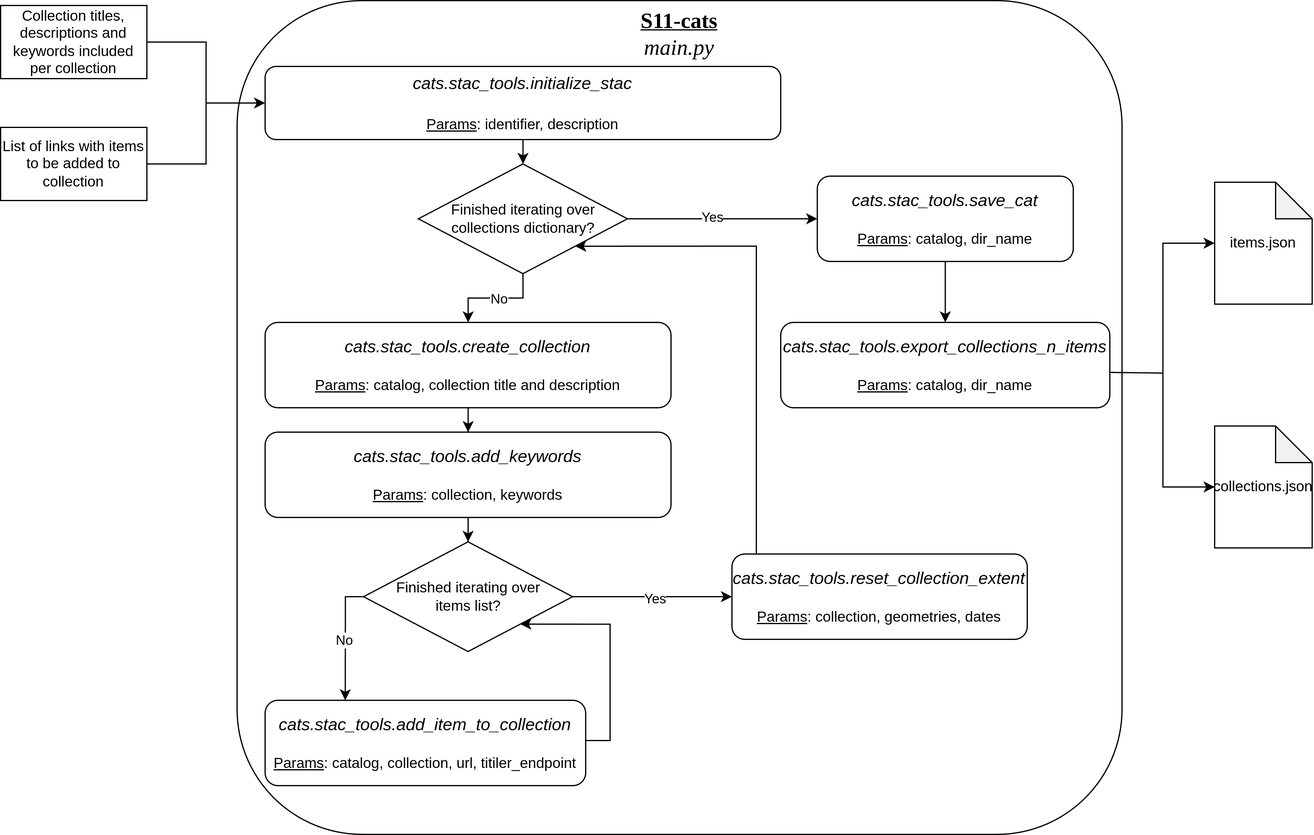
mdominguezd/s11_cats_report.github.io keeps this draw.io diagram as img/s11-cats.png. Above is the earlier version. Source tidied: cells renumbered, new cells last; positions are measured from the earlier drawing's top-left corner, leaving out a move shared by most shapes.
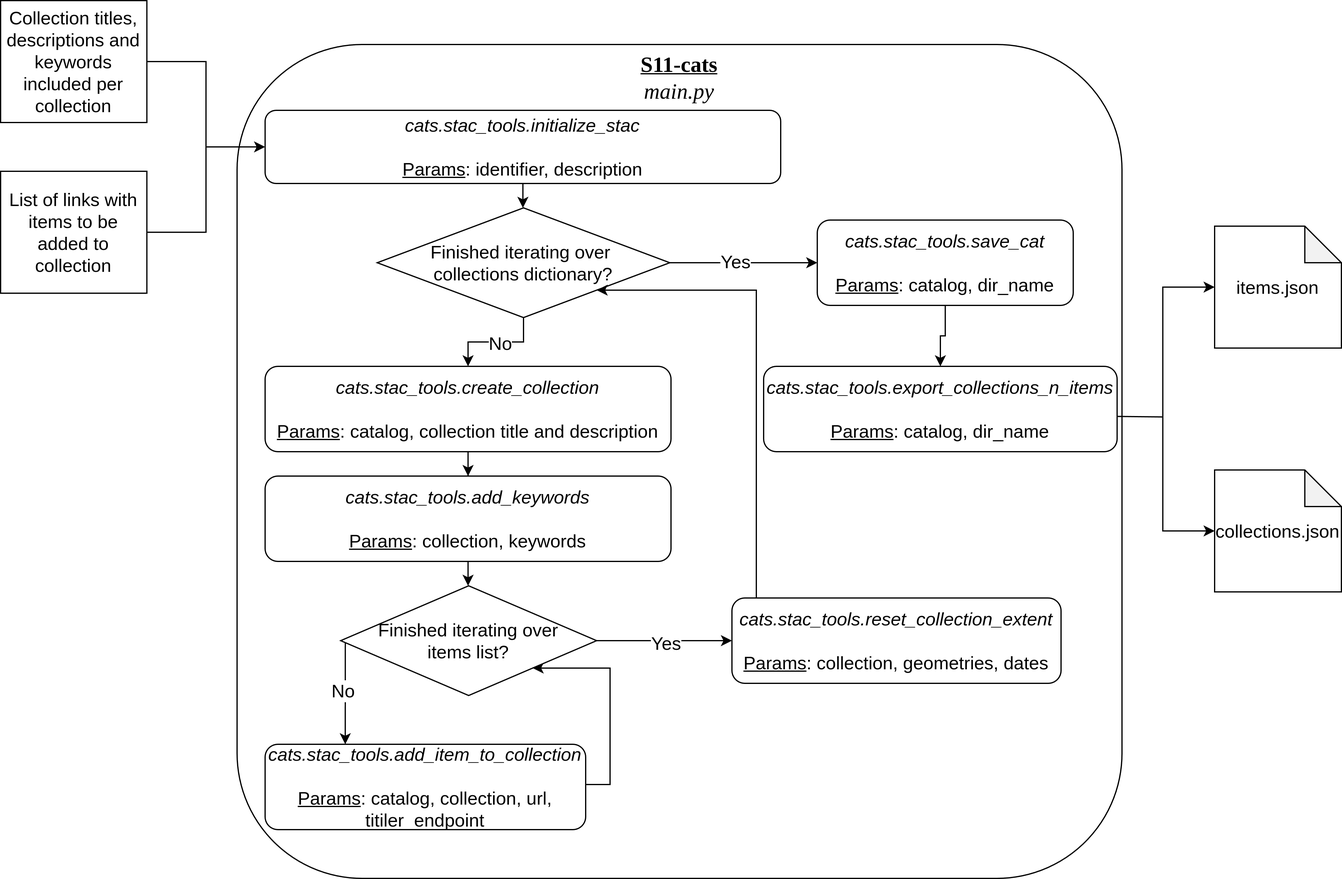
Above is the later version.

What changed in the source:
```diff
@@ -2,56 +2,56 @@
   <root>
     <mxCell id="0" />
     <mxCell id="1" parent="0" />
-    <mxCell id="2" value="&lt;u&gt;S11-cats&lt;/u&gt;&lt;div&gt;&lt;span style=&quot;font-weight: normal;&quot;&gt;&lt;i&gt;main.py&lt;/i&gt;&lt;/span&gt;&lt;/div&gt;" style="rounded=1;whiteSpace=wrap;html=1;verticalAlign=top;fontFamily=Lucida Console;fontSize=18;fontStyle=1;" parent="1" vertex="1">
+    <mxCell id="2" value="&lt;u style=&quot;font-size: 18px;&quot;&gt;&lt;font style=&quot;font-size: 18px;&quot;&gt;S11-cats&lt;/font&gt;&lt;/u&gt;&lt;div style=&quot;font-size: 18px;&quot;&gt;&lt;span style=&quot;font-weight: normal;&quot;&gt;&lt;i style=&quot;&quot;&gt;&lt;font style=&quot;font-size: 18px;&quot;&gt;main.py&lt;/font&gt;&lt;/i&gt;&lt;/span&gt;&lt;/div&gt;" style="rounded=1;whiteSpace=wrap;html=1;verticalAlign=top;fontFamily=Lucida Console;fontSize=15;fontStyle=1;" parent="1" vertex="1">
       <mxGeometry x="194" width="726" height="684" as="geometry" />
     </mxCell>
-    <mxCell id="3" style="edgeStyle=orthogonalEdgeStyle;rounded=0;jettySize=auto;html=1;entryX=0;entryY=0.5;entryDx=0;entryDy=0;strokeColor=#000000;" parent="1" edge="1" source="4" target="12">
+    <mxCell id="3" style="edgeStyle=orthogonalEdgeStyle;rounded=0;jettySize=auto;html=1;entryX=0;entryY=0.5;entryDx=0;entryDy=0;strokeColor=#000000;fontSize=15;" parent="1" edge="1" source="4" target="12">
       <mxGeometry relative="1" as="geometry" />
     </mxCell>
-    <mxCell id="4" value="Collection titles, descriptions and keywords included per collection" style="rounded=0;whiteSpace=wrap;html=1;" parent="1" vertex="1">
-      <mxGeometry y="4" width="120" height="60" as="geometry" />
+    <mxCell id="4" value="Collection titles, descriptions and keywords included per collection" style="rounded=0;whiteSpace=wrap;html=1;fontSize=15;" parent="1" vertex="1">
+      <mxGeometry y="-36" width="120" height="100" as="geometry" />
     </mxCell>
-    <mxCell id="5" style="edgeStyle=orthogonalEdgeStyle;rounded=0;jettySize=auto;html=1;entryX=0;entryY=0.5;entryDx=0;entryDy=0;strokeColor=#000000;" parent="1" edge="1" source="6" target="12">
+    <mxCell id="5" style="edgeStyle=orthogonalEdgeStyle;rounded=0;jettySize=auto;html=1;entryX=0;entryY=0.5;entryDx=0;entryDy=0;strokeColor=#000000;fontSize=15;" parent="1" edge="1" source="6" target="12">
       <mxGeometry relative="1" as="geometry" />
     </mxCell>
-    <mxCell id="6" value="List of links with items to be added to collection" style="rounded=0;whiteSpace=wrap;html=1;" parent="1" vertex="1">
-      <mxGeometry y="104" width="120" height="60" as="geometry" />
+    <mxCell id="6" value="List of links with items to be added to collection" style="rounded=0;whiteSpace=wrap;html=1;fontSize=15;" parent="1" vertex="1">
+      <mxGeometry y="104" width="120" height="100" as="geometry" />
     </mxCell>
-    <mxCell id="7" value="items.json" style="shape=note;whiteSpace=wrap;html=1;backgroundOutline=1;darkOpacity=0.05;" parent="1" vertex="1">
-      <mxGeometry x="996" y="149" width="80" height="100" as="geometry" />
+    <mxCell id="7" value="items.json" style="shape=note;whiteSpace=wrap;html=1;backgroundOutline=1;darkOpacity=0.05;fontSize=15;" parent="1" vertex="1">
+      <mxGeometry x="996" y="149" width="104" height="100" as="geometry" />
     </mxCell>
-    <mxCell id="8" value="collections.json" style="shape=note;whiteSpace=wrap;html=1;backgroundOutline=1;darkOpacity=0.05;" parent="1" vertex="1">
-      <mxGeometry x="996" y="349" width="80" height="100" as="geometry" />
+    <mxCell id="8" value="collections.json" style="shape=note;whiteSpace=wrap;html=1;backgroundOutline=1;darkOpacity=0.05;fontSize=15;" parent="1" vertex="1">
+      <mxGeometry x="996" y="349" width="104" height="100" as="geometry" />
     </mxCell>
-    <mxCell id="9" style="edgeStyle=orthogonalEdgeStyle;rounded=0;jettySize=auto;html=1;entryX=0;entryY=0.5;entryDx=0;entryDy=0;entryPerimeter=0;strokeColor=#000000;" parent="1" edge="1" target="8">
+    <mxCell id="9" style="edgeStyle=orthogonalEdgeStyle;rounded=0;jettySize=auto;html=1;entryX=0;entryY=0.5;entryDx=0;entryDy=0;entryPerimeter=0;strokeColor=#000000;fontSize=15;" parent="1" edge="1" target="8">
       <mxGeometry relative="1" as="geometry">
         <mxPoint x="910" y="305" as="sourcePoint" />
       </mxGeometry>
     </mxCell>
-    <mxCell id="10" style="edgeStyle=orthogonalEdgeStyle;rounded=0;jettySize=auto;html=1;entryX=0;entryY=0.5;entryDx=0;entryDy=0;entryPerimeter=0;strokeColor=#000000;" parent="1" edge="1" target="7">
+    <mxCell id="10" style="edgeStyle=orthogonalEdgeStyle;rounded=0;jettySize=auto;html=1;entryX=0;entryY=0.5;entryDx=0;entryDy=0;entryPerimeter=0;strokeColor=#000000;fontSize=15;" parent="1" edge="1" target="7">
       <mxGeometry relative="1" as="geometry">
         <mxPoint x="910" y="305" as="sourcePoint" />
       </mxGeometry>
     </mxCell>
-    <mxCell id="11" style="edgeStyle=orthogonalEdgeStyle;rounded=0;jettySize=auto;html=1;" parent="1" edge="1" source="12" target="23">
+    <mxCell id="11" style="edgeStyle=orthogonalEdgeStyle;rounded=0;jettySize=auto;html=1;fontSize=15;" parent="1" edge="1" source="12" target="23">
       <mxGeometry relative="1" as="geometry" />
     </mxCell>
-    <mxCell id="12" value="&lt;i&gt;&lt;font style=&quot;font-size: 14px;&quot;&gt;cats.stac_tools.initialize_stac&lt;/font&gt;&lt;/i&gt;&lt;div&gt;&lt;i&gt;&lt;font style=&quot;font-size: 14px;&quot;&gt;&lt;br&gt;&lt;/font&gt;&lt;/i&gt;&lt;/div&gt;&lt;div&gt;&lt;span style=&quot;font-size: 13px;&quot;&gt;&lt;font style=&quot;font-size: 12px;&quot;&gt;&lt;u&gt;Params&lt;/u&gt;: identifier, description&lt;/font&gt;&lt;/span&gt;&lt;/div&gt;" style="rounded=1;whiteSpace=wrap;html=1;" parent="1" vertex="1">
+    <mxCell id="12" value="&lt;i style=&quot;font-size: 15px;&quot;&gt;&lt;font style=&quot;font-size: 15px;&quot;&gt;cats.stac_tools.initialize_stac&lt;/font&gt;&lt;/i&gt;&lt;div style=&quot;font-size: 15px;&quot;&gt;&lt;i style=&quot;font-size: 15px;&quot;&gt;&lt;font style=&quot;font-size: 15px;&quot;&gt;&lt;br style=&quot;font-size: 15px;&quot;&gt;&lt;/font&gt;&lt;/i&gt;&lt;/div&gt;&lt;div style=&quot;font-size: 15px;&quot;&gt;&lt;span style=&quot;font-size: 15px;&quot;&gt;&lt;font style=&quot;font-size: 15px;&quot;&gt;&lt;u style=&quot;font-size: 15px;&quot;&gt;Params&lt;/u&gt;: identifier, description&lt;/font&gt;&lt;/span&gt;&lt;/div&gt;" style="rounded=1;whiteSpace=wrap;html=1;fontSize=15;" parent="1" vertex="1">
       <mxGeometry x="217" y="54" width="423" height="60" as="geometry" />
     </mxCell>
-    <mxCell id="13" style="edgeStyle=orthogonalEdgeStyle;rounded=0;jettySize=auto;html=1;" parent="1" edge="1" source="14" target="16">
+    <mxCell id="13" style="edgeStyle=orthogonalEdgeStyle;rounded=0;jettySize=auto;html=1;fontSize=15;" parent="1" edge="1" source="14" target="16">
       <mxGeometry relative="1" as="geometry" />
     </mxCell>
-    <mxCell id="14" value="&lt;i style=&quot;font-size: 14px;&quot;&gt;&lt;font style=&quot;font-size: 14px;&quot;&gt;cats.stac_tools.create_collection&lt;/font&gt;&lt;/i&gt;&lt;div style=&quot;font-size: 14px;&quot;&gt;&lt;br&gt;&lt;/div&gt;&lt;div&gt;&lt;u&gt;Params&lt;/u&gt;: catalog, collection title and description&lt;/div&gt;" style="rounded=1;whiteSpace=wrap;html=1;" parent="1" vertex="1">
+    <mxCell id="14" value="&lt;i style=&quot;font-size: 15px;&quot;&gt;&lt;font style=&quot;font-size: 15px;&quot;&gt;cats.stac_tools.create_collection&lt;/font&gt;&lt;/i&gt;&lt;div style=&quot;font-size: 15px;&quot;&gt;&lt;br style=&quot;font-size: 15px;&quot;&gt;&lt;/div&gt;&lt;div style=&quot;font-size: 15px;&quot;&gt;&lt;u style=&quot;font-size: 15px;&quot;&gt;Params&lt;/u&gt;: catalog, collection title and description&lt;/div&gt;" style="rounded=1;whiteSpace=wrap;html=1;fontSize=15;" parent="1" vertex="1">
       <mxGeometry x="217" y="264" width="333" height="70" as="geometry" />
     </mxCell>
-    <mxCell id="15" style="edgeStyle=orthogonalEdgeStyle;rounded=0;jettySize=auto;html=1;entryX=0.5;entryY=0;entryDx=0;entryDy=0;" parent="1" edge="1" source="16" target="28">
+    <mxCell id="15" style="edgeStyle=orthogonalEdgeStyle;rounded=0;jettySize=auto;html=1;entryX=0.5;entryY=0;entryDx=0;entryDy=0;fontSize=15;" parent="1" edge="1" source="16" target="28">
       <mxGeometry relative="1" as="geometry" />
     </mxCell>
-    <mxCell id="16" value="&lt;i style=&quot;font-size: 14px;&quot;&gt;&lt;font style=&quot;font-size: 14px;&quot;&gt;cats.stac_tools.add_keywords&lt;/font&gt;&lt;/i&gt;&lt;div style=&quot;font-size: 14px;&quot;&gt;&lt;br&gt;&lt;/div&gt;&lt;div&gt;&lt;u&gt;Params&lt;/u&gt;: collection, keywords&lt;/div&gt;" style="rounded=1;whiteSpace=wrap;html=1;" parent="1" vertex="1">
+    <mxCell id="16" value="&lt;i style=&quot;font-size: 15px;&quot;&gt;&lt;font style=&quot;font-size: 15px;&quot;&gt;cats.stac_tools.add_keywords&lt;/font&gt;&lt;/i&gt;&lt;div style=&quot;font-size: 15px;&quot;&gt;&lt;br style=&quot;font-size: 15px;&quot;&gt;&lt;/div&gt;&lt;div style=&quot;font-size: 15px;&quot;&gt;&lt;u style=&quot;font-size: 15px;&quot;&gt;Params&lt;/u&gt;: collection, keywords&lt;/div&gt;" style="rounded=1;whiteSpace=wrap;html=1;fontSize=15;" parent="1" vertex="1">
       <mxGeometry x="217" y="354" width="333" height="70" as="geometry" />
     </mxCell>
-    <mxCell id="17" style="edgeStyle=orthogonalEdgeStyle;rounded=0;jettySize=auto;html=1;entryX=1;entryY=1;entryDx=0;entryDy=0;exitX=1;exitY=0.5;exitDx=0;exitDy=0;" parent="1" edge="1" target="28">
+    <mxCell id="17" style="edgeStyle=orthogonalEdgeStyle;rounded=0;jettySize=auto;html=1;entryX=1;entryY=1;entryDx=0;entryDy=0;exitX=1;exitY=0.5;exitDx=0;exitDy=0;fontSize=15;" parent="1" edge="1" target="28">
       <mxGeometry relative="1" as="geometry">
         <mxPoint x="480" y="607" as="sourcePoint" />
         <Array as="points">
@@ -60,61 +60,61 @@
         </Array>
       </mxGeometry>
     </mxCell>
-    <mxCell id="18" value="&lt;i style=&quot;font-size: 14px;&quot;&gt;&lt;font style=&quot;font-size: 14px;&quot;&gt;cats.stac_tools.add_item_to_collection&lt;/font&gt;&lt;/i&gt;&lt;div style=&quot;font-size: 14px;&quot;&gt;&lt;br&gt;&lt;/div&gt;&lt;div&gt;&lt;u&gt;Params&lt;/u&gt;: catalog, collection, url, titiler_endpoint&lt;/div&gt;" style="rounded=1;whiteSpace=wrap;html=1;" parent="1" vertex="1">
+    <mxCell id="18" value="&lt;i style=&quot;font-size: 15px;&quot;&gt;&lt;font style=&quot;font-size: 15px;&quot;&gt;cats.stac_tools.add_item_to_collection&lt;/font&gt;&lt;/i&gt;&lt;div style=&quot;font-size: 15px;&quot;&gt;&lt;br style=&quot;font-size: 15px;&quot;&gt;&lt;/div&gt;&lt;div style=&quot;font-size: 15px;&quot;&gt;&lt;u style=&quot;font-size: 15px;&quot;&gt;Params&lt;/u&gt;: catalog, collection, url, titiler_endpoint&lt;/div&gt;" style="rounded=1;whiteSpace=wrap;html=1;fontSize=15;" parent="1" vertex="1">
       <mxGeometry x="217" y="574" width="263" height="70" as="geometry" />
     </mxCell>
-    <mxCell id="19" style="edgeStyle=orthogonalEdgeStyle;rounded=0;jettySize=auto;html=1;" parent="1" edge="1" source="23" target="14">
+    <mxCell id="19" style="edgeStyle=orthogonalEdgeStyle;rounded=0;jettySize=auto;html=1;fontSize=15;" parent="1" edge="1" source="23" target="14">
       <mxGeometry relative="1" as="geometry" />
     </mxCell>
-    <mxCell id="20" value="No" style="edgeLabel;html=1;align=center;verticalAlign=middle;" parent="19" vertex="1">
+    <mxCell id="20" value="No" style="edgeLabel;html=1;align=center;verticalAlign=middle;fontSize=15;" parent="19" vertex="1">
       <mxGeometry x="-0.07" relative="1" as="geometry" />
     </mxCell>
-    <mxCell id="21" style="edgeStyle=orthogonalEdgeStyle;rounded=0;jettySize=auto;html=1;entryX=0;entryY=0.5;entryDx=0;entryDy=0;" parent="1" edge="1" source="23" target="30">
+    <mxCell id="21" style="edgeStyle=orthogonalEdgeStyle;rounded=0;jettySize=auto;html=1;entryX=0;entryY=0.5;entryDx=0;entryDy=0;fontSize=15;" parent="1" edge="1" source="23" target="30">
       <mxGeometry relative="1" as="geometry" />
     </mxCell>
-    <mxCell id="22" value="Yes" style="edgeLabel;html=1;align=center;verticalAlign=middle;" parent="21" vertex="1">
+    <mxCell id="22" value="Yes" style="edgeLabel;html=1;align=center;verticalAlign=middle;fontSize=15;" parent="21" vertex="1">
       <mxGeometry x="-0.12" y="2" relative="1" as="geometry" />
     </mxCell>
-    <mxCell id="23" value="Finished iterating over collections dictionary?" style="rhombus;whiteSpace=wrap;html=1;" parent="1" vertex="1">
-      <mxGeometry x="342.8" y="134" width="171.5" height="90" as="geometry" />
+    <mxCell id="23" value="Finished iterating over&amp;nbsp;&lt;div&gt;collections dictionary?&lt;/div&gt;" style="rhombus;whiteSpace=wrap;html=1;fontSize=15;" parent="1" vertex="1">
+      <mxGeometry x="309" y="134" width="240" height="90" as="geometry" />
     </mxCell>
-    <mxCell id="24" style="edgeStyle=orthogonalEdgeStyle;rounded=0;jettySize=auto;html=1;exitX=0;exitY=0.5;exitDx=0;exitDy=0;entryX=0.25;entryY=0;entryDx=0;entryDy=0;" parent="1" edge="1" source="28" target="18">
+    <mxCell id="24" style="edgeStyle=orthogonalEdgeStyle;rounded=0;jettySize=auto;html=1;exitX=0;exitY=0.5;exitDx=0;exitDy=0;entryX=0.25;entryY=0;entryDx=0;entryDy=0;fontSize=15;" parent="1" edge="1" source="28" target="18">
       <mxGeometry relative="1" as="geometry">
         <Array as="points">
           <mxPoint x="283" y="489" />
         </Array>
       </mxGeometry>
     </mxCell>
-    <mxCell id="25" value="No" style="edgeLabel;html=1;align=center;verticalAlign=middle;" parent="24" vertex="1">
+    <mxCell id="25" value="No" style="edgeLabel;html=1;align=center;verticalAlign=middle;fontSize=15;" parent="24" vertex="1">
       <mxGeometry y="-2" relative="1" as="geometry" />
     </mxCell>
-    <mxCell id="26" style="edgeStyle=orthogonalEdgeStyle;rounded=0;jettySize=auto;html=1;entryX=0;entryY=0.5;entryDx=0;entryDy=0;" parent="1" edge="1" source="28" target="32">
+    <mxCell id="26" style="edgeStyle=orthogonalEdgeStyle;rounded=0;jettySize=auto;html=1;entryX=0;entryY=0.5;entryDx=0;entryDy=0;fontSize=15;" parent="1" edge="1" source="28" target="32">
       <mxGeometry relative="1" as="geometry" />
     </mxCell>
-    <mxCell id="27" value="Yes" style="edgeLabel;html=1;align=center;verticalAlign=middle;" parent="26" vertex="1">
+    <mxCell id="27" value="Yes" style="edgeLabel;html=1;align=center;verticalAlign=middle;fontSize=15;" parent="26" vertex="1">
       <mxGeometry x="0.02" y="-1" relative="1" as="geometry" />
     </mxCell>
-    <mxCell id="28" value="Finished iterating over&lt;div&gt;items list?&lt;/div&gt;" style="rhombus;whiteSpace=wrap;html=1;" parent="1" vertex="1">
-      <mxGeometry x="297.8" y="444" width="171.5" height="90" as="geometry" />
+    <mxCell id="28" value="Finished iterating over&lt;div style=&quot;font-size: 15px;&quot;&gt;items list?&lt;/div&gt;" style="rhombus;whiteSpace=wrap;html=1;fontSize=15;" parent="1" vertex="1">
+      <mxGeometry x="279" y="444" width="210" height="90" as="geometry" />
     </mxCell>
-    <mxCell id="29" style="edgeStyle=orthogonalEdgeStyle;rounded=0;jettySize=auto;html=1;entryX=0.5;entryY=0;entryDx=0;entryDy=0;" parent="1" edge="1" source="30" target="33">
+    <mxCell id="29" style="edgeStyle=orthogonalEdgeStyle;rounded=0;jettySize=auto;html=1;entryX=0.5;entryY=0;entryDx=0;entryDy=0;fontSize=15;" parent="1" edge="1" source="30" target="33">
       <mxGeometry relative="1" as="geometry" />
     </mxCell>
-    <mxCell id="30" value="&lt;i style=&quot;font-size: 14px;&quot;&gt;&lt;font style=&quot;font-size: 14px;&quot;&gt;cats.stac_tools.save_cat&lt;/font&gt;&lt;/i&gt;&lt;div style=&quot;font-size: 14px;&quot;&gt;&lt;br&gt;&lt;/div&gt;&lt;div&gt;&lt;u&gt;Params&lt;/u&gt;: catalog, dir_name&lt;/div&gt;" style="rounded=1;whiteSpace=wrap;html=1;" parent="1" vertex="1">
+    <mxCell id="30" value="&lt;i style=&quot;font-size: 15px;&quot;&gt;&lt;font style=&quot;font-size: 15px;&quot;&gt;cats.stac_tools.save_cat&lt;/font&gt;&lt;/i&gt;&lt;div style=&quot;font-size: 15px;&quot;&gt;&lt;br style=&quot;font-size: 15px;&quot;&gt;&lt;/div&gt;&lt;div style=&quot;font-size: 15px;&quot;&gt;&lt;u style=&quot;font-size: 15px;&quot;&gt;Params&lt;/u&gt;: catalog, dir_name&lt;/div&gt;" style="rounded=1;whiteSpace=wrap;html=1;fontSize=15;" parent="1" vertex="1">
       <mxGeometry x="670" y="144" width="210" height="70" as="geometry" />
     </mxCell>
-    <mxCell id="31" style="edgeStyle=orthogonalEdgeStyle;rounded=0;jettySize=auto;html=1;entryX=1;entryY=1;entryDx=0;entryDy=0;" parent="1" edge="1" source="32" target="23">
+    <mxCell id="31" style="edgeStyle=orthogonalEdgeStyle;rounded=0;jettySize=auto;html=1;entryX=1;entryY=1;entryDx=0;entryDy=0;fontSize=15;" parent="1" edge="1" source="32" target="23">
       <mxGeometry relative="1" as="geometry">
         <Array as="points">
           <mxPoint x="620" y="202" />
         </Array>
       </mxGeometry>
     </mxCell>
-    <mxCell id="32" value="&lt;i style=&quot;font-size: 14px;&quot;&gt;&lt;font style=&quot;font-size: 14px;&quot;&gt;cats.stac_tools.reset_collection_extent&lt;/font&gt;&lt;/i&gt;&lt;div style=&quot;font-size: 14px;&quot;&gt;&lt;br&gt;&lt;/div&gt;&lt;div&gt;&lt;u&gt;Params&lt;/u&gt;: collection, geometries, dates&lt;/div&gt;" style="rounded=1;whiteSpace=wrap;html=1;" parent="1" vertex="1">
-      <mxGeometry x="600" y="454" width="242.2" height="70" as="geometry" />
+    <mxCell id="32" value="&lt;i style=&quot;font-size: 15px;&quot;&gt;&lt;font style=&quot;font-size: 15px;&quot;&gt;cats.stac_tools.reset_collection_extent&lt;/font&gt;&lt;/i&gt;&lt;div style=&quot;font-size: 15px;&quot;&gt;&lt;br style=&quot;font-size: 15px;&quot;&gt;&lt;/div&gt;&lt;div style=&quot;font-size: 15px;&quot;&gt;&lt;u style=&quot;font-size: 15px;&quot;&gt;Params&lt;/u&gt;: collection, geometries, dates&lt;/div&gt;" style="rounded=1;whiteSpace=wrap;html=1;fontSize=15;" parent="1" vertex="1">
+      <mxGeometry x="600" y="454" width="270" height="70" as="geometry" />
     </mxCell>
-    <mxCell id="33" value="&lt;i style=&quot;font-size: 14px;&quot;&gt;&lt;font style=&quot;font-size: 14px;&quot;&gt;cats.stac_tools.export_collections_n_items&lt;/font&gt;&lt;/i&gt;&lt;div style=&quot;font-size: 14px;&quot;&gt;&lt;br&gt;&lt;/div&gt;&lt;div&gt;&lt;u&gt;Params&lt;/u&gt;: catalog, dir_name&lt;/div&gt;" style="rounded=1;whiteSpace=wrap;html=1;" parent="1" vertex="1">
-      <mxGeometry x="640" y="264" width="270" height="70" as="geometry" />
+    <mxCell id="33" value="&lt;i style=&quot;font-size: 15px;&quot;&gt;&lt;font style=&quot;font-size: 15px;&quot;&gt;cats.stac_tools.export_collections_n_items&lt;/font&gt;&lt;/i&gt;&lt;div style=&quot;font-size: 15px;&quot;&gt;&lt;br style=&quot;font-size: 15px;&quot;&gt;&lt;/div&gt;&lt;div style=&quot;font-size: 15px;&quot;&gt;&lt;u style=&quot;font-size: 15px;&quot;&gt;Params&lt;/u&gt;: catalog, dir_name&lt;/div&gt;" style="rounded=1;whiteSpace=wrap;html=1;fontSize=15;" parent="1" vertex="1">
+      <mxGeometry x="626" y="264" width="290" height="70" as="geometry" />
     </mxCell>
   </root>
 </mxGraphModel>
```
